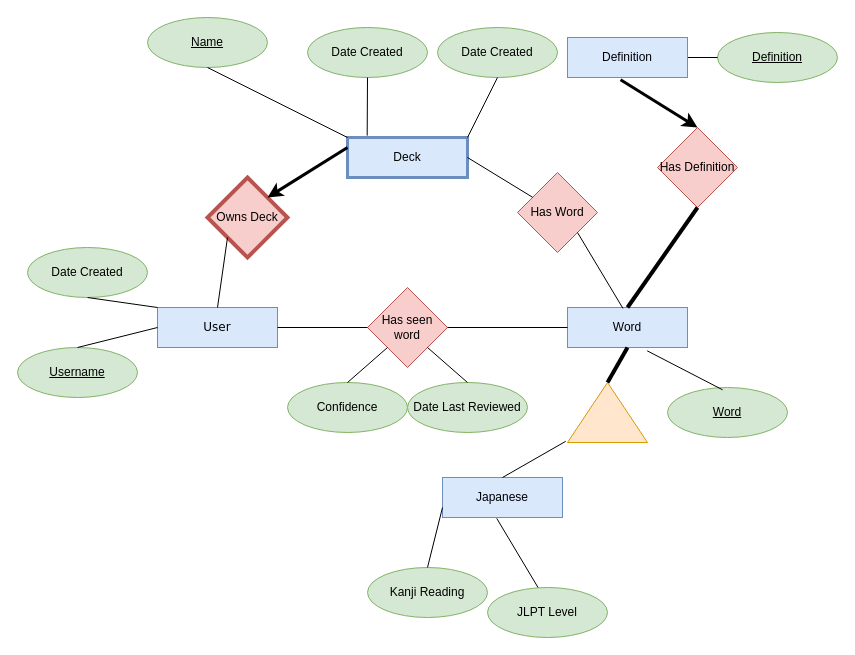
XavierGDelrosario/JapaneseStudyApplication keeps this draw.io diagram as FlashCardApplication.drawio. Above is the earlier version. Source tidied: cells renumbered, new cells numbered last; positions are measured from the earlier drawing's top-left corner, leaving out a move shared by most shapes. Both pictures are drawn from the tidied source at 100%, with x=0, y=0 at pixel (17, 17).
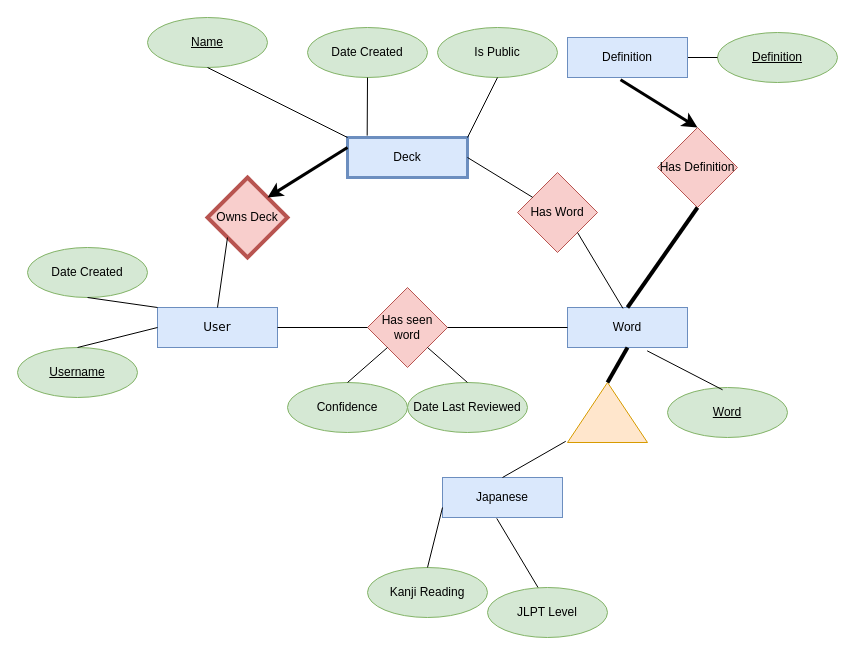
The same diagram, later.

Change to the diagram source:
```diff
@@
-    <mxCell id="42" value="&lt;div&gt;Date Created&lt;br&gt;&lt;/div&gt;" style="ellipse;whiteSpace=wrap;html=1;fillColor=#d5e8d4;strokeColor=#82b366;" parent="1" vertex="1">
+    <mxCell id="42" value="&lt;div&gt;Is Public&lt;/div&gt;" style="ellipse;whiteSpace=wrap;html=1;fillColor=#d5e8d4;strokeColor=#82b366;" parent="1" vertex="1">
       <mxGeometry x="420" y="10" width="120" height="50" as="geometry" />
     </mxCell>
```
